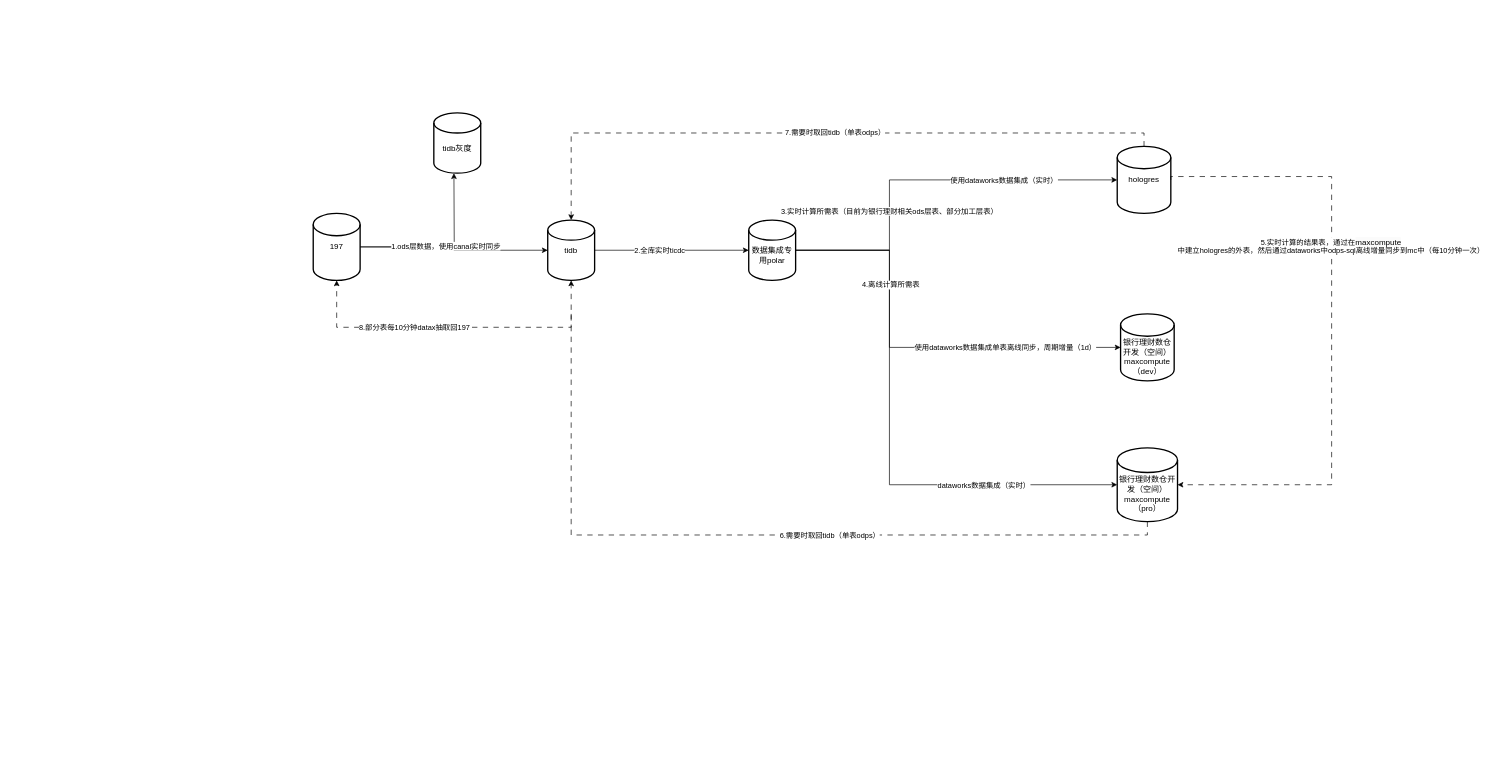
Earlier version of the draw.io diagram 基础数据流向.drawio (liujiansgit/images-). Source tidied: cells renumbered, new cells numbered last; positions are measured from the earlier drawing's top-left corner, leaving out a move shared by most shapes. Both pictures are drawn from the tidied source at 67%, with x=0, y=0 at pixel (313, 113).
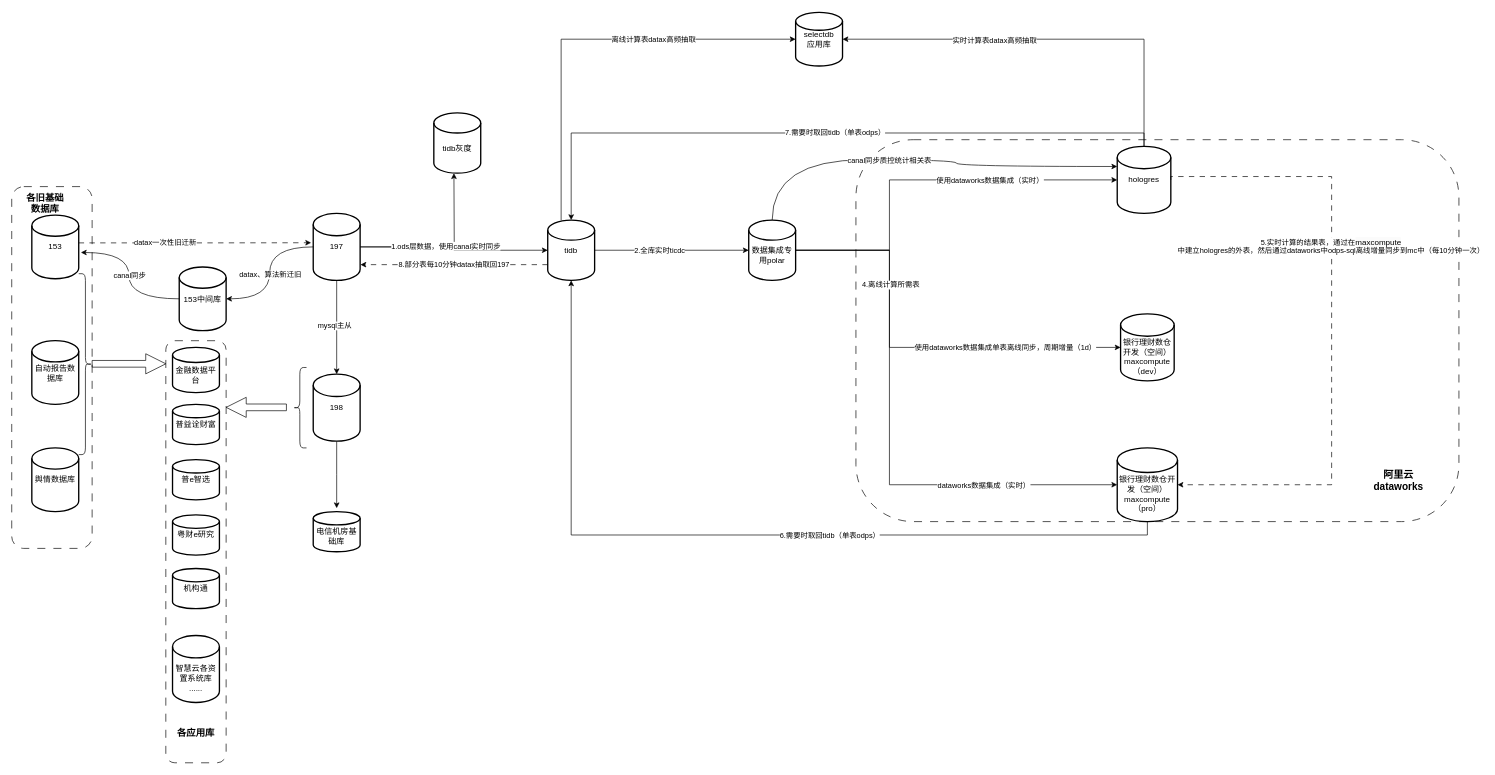
The same diagram, later.

Commit message:
更新基础数据流向.drawio

Unchanged cells that the change refers to:
```xml
<mxCell id="4" value="tidb" style="strokeWidth=2;html=1;shape=mxgraph.flowchart.database;whiteSpace=wrap;" parent="1" vertex="1">
  <mxGeometry x="350" y="160" width="70" height="90" as="geometry" />
</mxCell>
<mxCell id="5" value="&lt;div&gt;&lt;br&gt;&lt;/div&gt;数据集成专用polar" style="strokeWidth=2;html=1;shape=mxgraph.flowchart.database;whiteSpace=wrap;" parent="1" vertex="1">
  <mxGeometry x="650" y="160" width="70" height="90" as="geometry" />
</mxCell>
<mxCell id="6" value="hologres" style="strokeWidth=2;html=1;shape=mxgraph.flowchart.database;whiteSpace=wrap;" parent="1" vertex="1">
  <mxGeometry x="1200" y="50" width="80" height="100" as="geometry" />
</mxCell>
<mxCell id="10" value="&lt;div&gt;&lt;br&gt;&lt;/div&gt;&lt;div&gt;&lt;br&gt;&lt;/div&gt;&lt;div&gt;银行理财数仓开发（空间）&lt;br&gt;&lt;/div&gt;maxcompute（pro）" style="strokeWidth=2;html=1;shape=mxgraph.flowchart.database;whiteSpace=wrap;" parent="1" vertex="1">
  <mxGeometry x="1200" y="500" width="90" height="110" as="geometry" />
</mxCell>
<mxCell id="17" value="197" style="strokeWidth=2;html=1;shape=mxgraph.flowchart.database;whiteSpace=wrap;" parent="1" vertex="1">
  <mxGeometry y="150" width="70" height="100" as="geometry" />
</mxCell>
```

Diff of the diagram source:
```diff
@@
+    <mxCell id="30" style="rounded=1;whiteSpace=wrap;html=1;dashed=1;dashPattern=12 12;" parent="1" vertex="1">
+      <mxGeometry x="810" y="40" width="900" height="570" as="geometry" />
+    </mxCell>
+    <mxCell id="31" style="rounded=1;whiteSpace=wrap;html=1;dashed=1;dashPattern=12 12;" parent="1" vertex="1">
+      <mxGeometry x="-450" y="110" width="120" height="540" as="geometry" />
+    </mxCell>
+    <mxCell id="32" style="rounded=1;whiteSpace=wrap;html=1;dashed=1;dashPattern=12 12;" parent="1" vertex="1">
+      <mxGeometry x="-220" y="340" width="90" height="630" as="geometry" />
+    </mxCell>
@@
+    <mxCell id="33" style="edgeStyle=orthogonalEdgeStyle;rounded=0;jettySize=auto;html=1;curved=1;exitX=0.5;exitY=0;exitDx=0;exitDy=0;exitPerimeter=0;" parent="1" edge="1" source="5" target="6">
+      <mxGeometry relative="1" as="geometry">
+        <Array as="points">
+          <mxPoint x="685" y="70" />
+          <mxPoint x="960" y="70" />
+          <mxPoint x="960" y="80" />
+        </Array>
+      </mxGeometry>
+    </mxCell>
+    <mxCell id="34" value="canal同步质控统计相关表" style="edgeLabel;html=1;align=center;verticalAlign=middle;" parent="33" vertex="1">
+      <mxGeometry x="-0.14" relative="1" as="geometry" />
+    </mxCell>
@@
-    <mxCell id="20" style="edgeStyle=orthogonalEdgeStyle;rounded=0;jettySize=auto;html=1;entryX=0.5;entryY=0;entryDx=0;entryDy=0;entryPerimeter=0;dashed=1;dashPattern=8 8;" parent="1" edge="1" source="6" target="4">
+    <mxCell id="20" style="edgeStyle=orthogonalEdgeStyle;rounded=0;jettySize=auto;html=1;entryX=0.5;entryY=0;entryDx=0;entryDy=0;entryPerimeter=0;" parent="1" edge="1" source="6" target="4">
       <mxGeometry relative="1" as="geometry">
         <Array as="points">
           <mxPoint x="1240" y="30" />
           <mxPoint x="385" y="30" />
         </Array>
       </mxGeometry>
     </mxCell>
@@
-    <mxCell id="22" style="edgeStyle=orthogonalEdgeStyle;rounded=0;jettySize=auto;html=1;entryX=0.5;entryY=1;entryDx=0;entryDy=0;entryPerimeter=0;dashed=1;dashPattern=8 8;" parent="1" edge="1" source="10" target="4">
+    <mxCell id="22" style="edgeStyle=orthogonalEdgeStyle;rounded=0;jettySize=auto;html=1;entryX=0.5;entryY=1;entryDx=0;entryDy=0;entryPerimeter=0;" parent="1" edge="1" source="10" target="4">
       <mxGeometry relative="1" as="geometry">
         <Array as="points">
           <mxPoint x="1245" y="630" />
           <mxPoint x="385" y="630" />
         </Array>
       </mxGeometry>
     </mxCell>
@@
-    <mxCell id="24" style="edgeStyle=orthogonalEdgeStyle;rounded=0;jettySize=auto;html=1;entryX=0;entryY=0.5;entryDx=0;entryDy=0;entryPerimeter=0;" parent="1" edge="1" source="5" target="6">
+    <mxCell id="24" style="edgeStyle=orthogonalEdgeStyle;rounded=0;jettySize=auto;html=1;entryX=0;entryY=0.5;entryDx=0;entryDy=0;entryPerimeter=0;exitX=1;exitY=0.5;exitDx=0;exitDy=0;exitPerimeter=0;" parent="1" edge="1" source="5" target="6">
       <mxGeometry relative="1" as="geometry">
         <Array as="points">
           <mxPoint x="860" y="205" />
           <mxPoint x="860" y="100" />
         </Array>
       </mxGeometry>
     </mxCell>
-    <mxCell id="25" value="3.实时计算所需表（目前为银行理财相关ods层表、部分加工层表）" style="edgeLabel;html=1;align=center;verticalAlign=middle;" parent="24" vertex="1">
-      <mxGeometry x="-0.32" y="1" relative="1" as="geometry" />
-    </mxCell>
     <mxCell id="26" value="使用dataworks数据集成（实时）" style="edgeLabel;html=1;align=center;verticalAlign=middle;" parent="24" vertex="1">
-      <mxGeometry x="0.42" relative="1" as="geometry" />
+      <mxGeometry x="0.42" relative="1" as="geometry">
+        <mxPoint x="-21" as="offset" />
+      </mxGeometry>
     </mxCell>
-    <mxCell id="27" style="edgeStyle=orthogonalEdgeStyle;rounded=0;jettySize=auto;html=1;entryX=0.5;entryY=1;entryDx=0;entryDy=0;entryPerimeter=0;dashed=1;dashPattern=8 8;" parent="1" edge="1" target="17">
-      <mxGeometry relative="1" as="geometry">
-        <mxPoint x="385" y="300" as="sourcePoint" />
-        <Array as="points">
-          <mxPoint x="385" y="320" />
-          <mxPoint x="35" y="320" />
-        </Array>
-      </mxGeometry>
-    </mxCell>
+    <mxCell id="29" value="&lt;div&gt;&lt;br&gt;&lt;/div&gt;tidb灰度" style="strokeWidth=2;html=1;shape=mxgraph.flowchart.database;whiteSpace=wrap;" parent="1" vertex="1">
+      <mxGeometry x="180" width="70" height="90" as="geometry" />
+    </mxCell>
+    <mxCell id="35" style="edgeStyle=orthogonalEdgeStyle;shape=arrow;rounded=0;orthogonalLoop=1;jettySize=auto;html=1;" parent="1" edge="1">
+      <mxGeometry relative="1" as="geometry">
+        <mxPoint x="-40" y="439.5" as="sourcePoint" />
+        <mxPoint x="-130" y="439.5" as="targetPoint" />
+      </mxGeometry>
+    </mxCell>
+    <mxCell id="36" style="edgeStyle=orthogonalEdgeStyle;rounded=0;jettySize=auto;html=1;" parent="1" edge="1" source="37">
+      <mxGeometry relative="1" as="geometry">
+        <mxPoint x="35" y="590" as="targetPoint" />
+      </mxGeometry>
+    </mxCell>
+    <mxCell id="37" value="198" style="strokeWidth=2;html=1;shape=mxgraph.flowchart.database;whiteSpace=wrap;" parent="1" vertex="1">
+      <mxGeometry y="390" width="70" height="100" as="geometry" />
+    </mxCell>
+    <mxCell id="38" style="edgeStyle=orthogonalEdgeStyle;rounded=0;jettySize=auto;html=1;entryX=1.007;entryY=0.765;entryDx=0;entryDy=0;entryPerimeter=0;dashed=1;dashPattern=8 8;" parent="1" edge="1" source="4" target="17">
+      <mxGeometry relative="1" as="geometry">
+        <Array as="points">
+          <mxPoint x="210" y="227" />
+        </Array>
+      </mxGeometry>
+    </mxCell>
-    <mxCell id="28" value="8.部分表每10分钟datax抽取回197" style="edgeLabel;html=1;align=center;verticalAlign=middle;" parent="27" vertex="1">
-      <mxGeometry x="0.16" y="-1" relative="1" as="geometry" />
+    <mxCell id="28" value="8.部分表每10分钟datax抽取回197" style="edgeLabel;html=1;align=center;verticalAlign=middle;" parent="38" vertex="1">
+      <mxGeometry x="0.01" y="-1" relative="1" as="geometry" />
     </mxCell>
-    <mxCell id="29" value="&lt;div&gt;&lt;br&gt;&lt;/div&gt;tidb灰度" style="strokeWidth=2;html=1;shape=mxgraph.flowchart.database;whiteSpace=wrap;" parent="1" vertex="1">
-      <mxGeometry x="180" width="70" height="90" as="geometry" />
-    </mxCell>
+    <mxCell id="39" style="edgeStyle=orthogonalEdgeStyle;rounded=0;jettySize=auto;html=1;entryX=0.5;entryY=0;entryDx=0;entryDy=0;entryPerimeter=0;" parent="1" edge="1" source="17" target="37">
+      <mxGeometry relative="1" as="geometry" />
+    </mxCell>
+    <mxCell id="40" value="mysql主从" style="edgeLabel;html=1;align=center;verticalAlign=middle;" parent="39" vertex="1">
+      <mxGeometry x="-0.04" y="-4" relative="1" as="geometry" />
+    </mxCell>
+    <mxCell id="41" value="153" style="strokeWidth=2;html=1;shape=mxgraph.flowchart.database;whiteSpace=wrap;" parent="1" vertex="1">
+      <mxGeometry x="-420" y="152.5" width="70" height="95" as="geometry" />
+    </mxCell>
+    <mxCell id="42" style="edgeStyle=orthogonalEdgeStyle;rounded=0;jettySize=auto;html=1;entryX=-0.045;entryY=0.438;entryDx=0;entryDy=0;entryPerimeter=0;dashed=1;dashPattern=8 8;" parent="1" edge="1" source="41" target="17">
+      <mxGeometry relative="1" as="geometry">
+        <Array as="points">
+          <mxPoint x="-160" y="194" />
+          <mxPoint x="-160" y="194" />
+        </Array>
+      </mxGeometry>
+    </mxCell>
+    <mxCell id="43" value="datax一次性旧迁新" style="edgeLabel;html=1;align=center;verticalAlign=middle;" parent="42" vertex="1">
+      <mxGeometry x="-0.26" y="1" relative="1" as="geometry" />
+    </mxCell>
+    <mxCell id="44" value="153中间库" style="strokeWidth=2;html=1;shape=mxgraph.flowchart.database;whiteSpace=wrap;" parent="1" vertex="1">
+      <mxGeometry x="-200" y="230" width="70" height="95" as="geometry" />
+    </mxCell>
+    <mxCell id="45" style="edgeStyle=orthogonalEdgeStyle;rounded=0;jettySize=auto;html=1;entryX=1;entryY=0.5;entryDx=0;entryDy=0;entryPerimeter=0;curved=1;" parent="1" edge="1" source="17" target="44">
+      <mxGeometry relative="1" as="geometry" />
+    </mxCell>
+    <mxCell id="46" value="datax、算法新迁旧" style="edgeLabel;html=1;align=center;verticalAlign=middle;" parent="45" vertex="1">
+      <mxGeometry x="0.02" relative="1" as="geometry" />
+    </mxCell>
+    <mxCell id="47" style="edgeStyle=orthogonalEdgeStyle;rounded=0;jettySize=auto;html=1;entryX=1.046;entryY=0.588;entryDx=0;entryDy=0;entryPerimeter=0;curved=1;" parent="1" edge="1" source="44" target="41">
+      <mxGeometry relative="1" as="geometry" />
+    </mxCell>
+    <mxCell id="48" value="canal同步" style="edgeLabel;html=1;align=center;verticalAlign=middle;" parent="47" vertex="1">
+      <mxGeometry x="0.02" relative="1" as="geometry" />
+    </mxCell>
+    <mxCell id="49" value="selectdb&lt;div&gt;应用库&lt;/div&gt;" style="strokeWidth=2;html=1;shape=mxgraph.flowchart.database;whiteSpace=wrap;" parent="1" vertex="1">
+      <mxGeometry x="720" y="-150" width="70" height="80" as="geometry" />
+    </mxCell>
+    <mxCell id="50" style="edgeStyle=orthogonalEdgeStyle;rounded=0;jettySize=auto;html=1;entryX=1;entryY=0.5;entryDx=0;entryDy=0;entryPerimeter=0;" parent="1" edge="1" source="6" target="49">
+      <mxGeometry relative="1" as="geometry">
+        <Array as="points">
+          <mxPoint x="1240" y="-110" />
+        </Array>
+      </mxGeometry>
+    </mxCell>
+    <mxCell id="51" value="实时计算表datax高频抽取" style="edgeLabel;html=1;align=center;verticalAlign=middle;" parent="50" vertex="1">
+      <mxGeometry x="0.26" y="1" relative="1" as="geometry" />
+    </mxCell>
+    <mxCell id="52" style="edgeStyle=orthogonalEdgeStyle;rounded=0;jettySize=auto;html=1;entryX=0;entryY=0.5;entryDx=0;entryDy=0;entryPerimeter=0;" parent="1" edge="1" source="4" target="49">
+      <mxGeometry relative="1" as="geometry">
+        <Array as="points">
+          <mxPoint x="370" y="-110" />
+        </Array>
+      </mxGeometry>
+    </mxCell>
+    <mxCell id="53" value="离线计算表datax高频抽取" style="edgeLabel;html=1;align=center;verticalAlign=middle;" parent="52" vertex="1">
+      <mxGeometry x="0.07" y="1" relative="1" as="geometry">
+        <mxPoint x="75" y="1" as="offset" />
+      </mxGeometry>
+    </mxCell>
+    <mxCell id="54" value="舆情数据库" style="strokeWidth=2;html=1;shape=mxgraph.flowchart.database;whiteSpace=wrap;" parent="1" vertex="1">
+      <mxGeometry x="-420" y="500" width="70" height="95" as="geometry" />
+    </mxCell>
+    <mxCell id="55" style="edgeStyle=orthogonalEdgeStyle;shape=arrow;rounded=0;orthogonalLoop=1;jettySize=auto;html=1;" parent="1" edge="1">
+      <mxGeometry relative="1" as="geometry">
+        <mxPoint x="-330" y="374.5" as="sourcePoint" />
+        <mxPoint x="-220" y="374.5" as="targetPoint" />
+      </mxGeometry>
+    </mxCell>
+    <mxCell id="56" value="自动报告数据库" style="strokeWidth=2;html=1;shape=mxgraph.flowchart.database;whiteSpace=wrap;" parent="1" vertex="1">
+      <mxGeometry x="-420" y="340" width="70" height="95" as="geometry" />
+    </mxCell>
+    <mxCell id="57" value="&lt;div&gt;&lt;br&gt;&lt;/div&gt;金融数据平台" style="strokeWidth=2;html=1;shape=mxgraph.flowchart.database;whiteSpace=wrap;" parent="1" vertex="1">
+      <mxGeometry x="-210" y="350" width="70" height="67.5" as="geometry" />
+    </mxCell>
+    <mxCell id="58" value="普益诠财富" style="strokeWidth=2;html=1;shape=mxgraph.flowchart.database;whiteSpace=wrap;" parent="1" vertex="1">
+      <mxGeometry x="-210" y="435" width="70" height="60" as="geometry" />
+    </mxCell>
+    <mxCell id="59" value="普e智选" style="strokeWidth=2;html=1;shape=mxgraph.flowchart.database;whiteSpace=wrap;" parent="1" vertex="1">
+      <mxGeometry x="-210" y="517.5" width="70" height="60" as="geometry" />
+    </mxCell>
+    <mxCell id="60" value="粤财e研究" style="strokeWidth=2;html=1;shape=mxgraph.flowchart.database;whiteSpace=wrap;" parent="1" vertex="1">
+      <mxGeometry x="-210" y="600" width="70" height="60" as="geometry" />
+    </mxCell>
+    <mxCell id="61" value="&lt;div&gt;&lt;br&gt;&lt;/div&gt;电信机房基础库" style="strokeWidth=2;html=1;shape=mxgraph.flowchart.database;whiteSpace=wrap;" parent="1" vertex="1">
+      <mxGeometry y="595" width="70" height="60" as="geometry" />
+    </mxCell>
+    <mxCell id="62" value="机构通" style="strokeWidth=2;html=1;shape=mxgraph.flowchart.database;whiteSpace=wrap;" parent="1" vertex="1">
+      <mxGeometry x="-210" y="680" width="70" height="60" as="geometry" />
+    </mxCell>
+    <mxCell id="63" value="&lt;div&gt;&lt;br&gt;&lt;/div&gt;&lt;div&gt;&lt;br&gt;&lt;/div&gt;智慧云各资置系统库&lt;div&gt;......&lt;/div&gt;" style="strokeWidth=2;html=1;shape=mxgraph.flowchart.database;whiteSpace=wrap;" parent="1" vertex="1">
+      <mxGeometry x="-210" y="780" width="70" height="100" as="geometry" />
+    </mxCell>
+    <mxCell id="64" style="shape=curlyBracket;whiteSpace=wrap;html=1;rounded=1;flipH=1;labelPosition=right;verticalLabelPosition=middle;align=left;verticalAlign=middle;" parent="1" vertex="1">
+      <mxGeometry x="-350" y="240" width="20" height="270" as="geometry" />
+    </mxCell>
+    <mxCell id="65" style="shape=curlyBracket;whiteSpace=wrap;html=1;rounded=1;labelPosition=left;verticalLabelPosition=middle;align=right;verticalAlign=middle;" parent="1" vertex="1">
+      <mxGeometry x="-30" y="380" width="20" height="120" as="geometry" />
+    </mxCell>
+    <mxCell id="66" value="&lt;b&gt;&lt;font style=&quot;font-size: 14px;&quot;&gt;各应用库&lt;/font&gt;&lt;/b&gt;" style="text;html=1;align=center;verticalAlign=middle;whiteSpace=wrap;rounded=0;" parent="1" vertex="1">
+      <mxGeometry x="-205" y="910" width="60" height="30" as="geometry" />
+    </mxCell>
+    <mxCell id="67" value="&lt;b&gt;&lt;font style=&quot;font-size: 14px;&quot;&gt;各旧基础数据库&lt;/font&gt;&lt;/b&gt;" style="text;html=1;align=center;verticalAlign=middle;whiteSpace=wrap;rounded=0;" parent="1" vertex="1">
+      <mxGeometry x="-430" y="120" width="60" height="30" as="geometry" />
+    </mxCell>
+    <mxCell id="68" value="&lt;b&gt;&lt;font style=&quot;font-size: 15px;&quot;&gt;阿里云dataworks&lt;/font&gt;&lt;/b&gt;" style="text;html=1;align=center;verticalAlign=middle;whiteSpace=wrap;rounded=0;" parent="1" vertex="1">
+      <mxGeometry x="1570" y="522.5" width="100" height="50" as="geometry" />
+    </mxCell>
```
